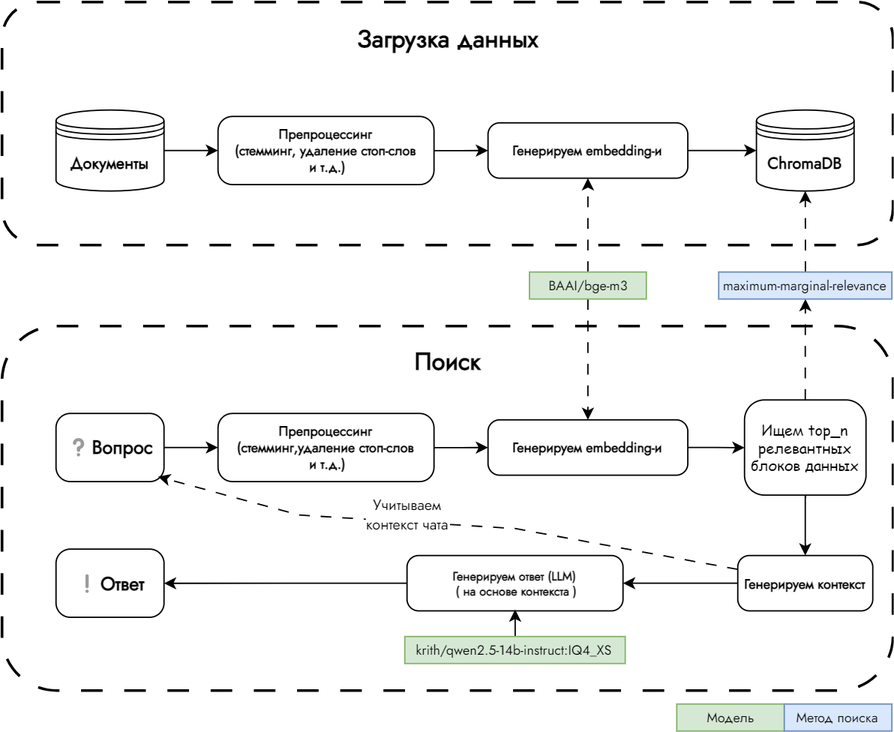
The draw.io diagram images/rag.png in mzhn-mzhnr/.github, before a commit. Source tidied: cells renumbered, new cells last; positions are measured from the earlier drawing's top-left corner, leaving out a move shared by most shapes.
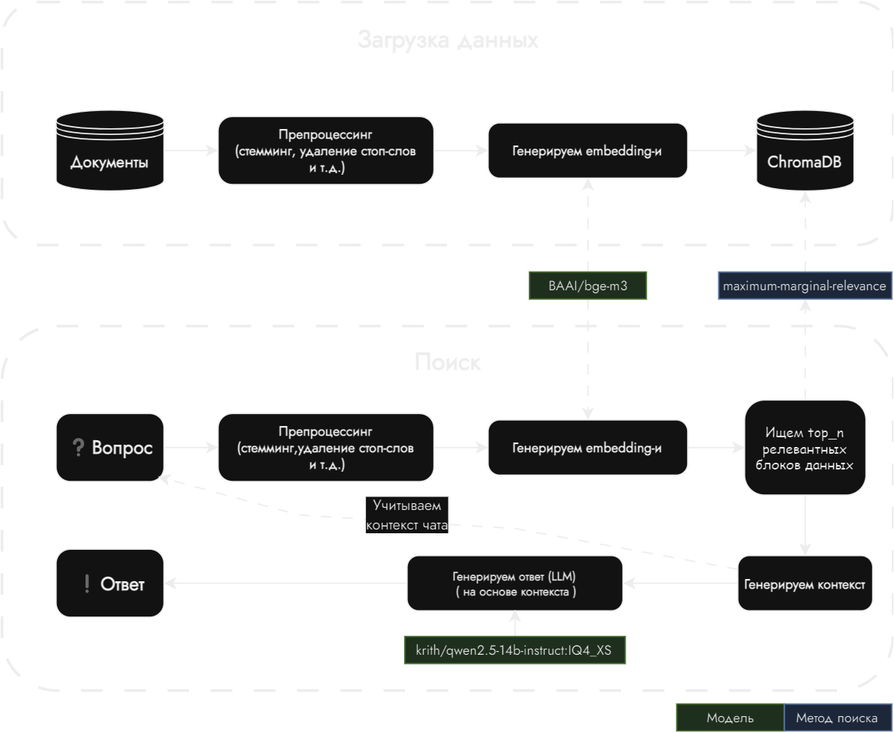
The same diagram one commit later.

What changed in the source:
```diff
@@ -73,7 +73,7 @@
         <mxPoint x="595" y="410" as="targetPoint" />
       </mxGeometry>
     </mxCell>
-    <mxCell id="25" value="Ищем top_n релевантных блоков данных" style="rectangle;tag=rectangle;rounded=1;whiteSpace=wrap;arcSize=21;html=1;fontSize=11;fontFamily=Comic Sans MS;fontStyle=0;" parent="1" vertex="1">
+    <mxCell id="25" value="Ищем top_n релевантных блоков данных" style="rectangle;tag=rectangle;rounded=1;whiteSpace=wrap;arcSize=21;html=1;fontSize=10;fontFamily=Comic Sans MS;fontStyle=0;" parent="1" vertex="1">
       <mxGeometry x="550" y="294.8" width="90" height="70.5" as="geometry" />
     </mxCell>
     <mxCell id="26" style="edgeStyle=orthogonalEdgeStyle;rounded=0;jettySize=auto;html=1;dashed=1;dashPattern=8 8;" parent="1" edge="1" source="27" target="5">
```
